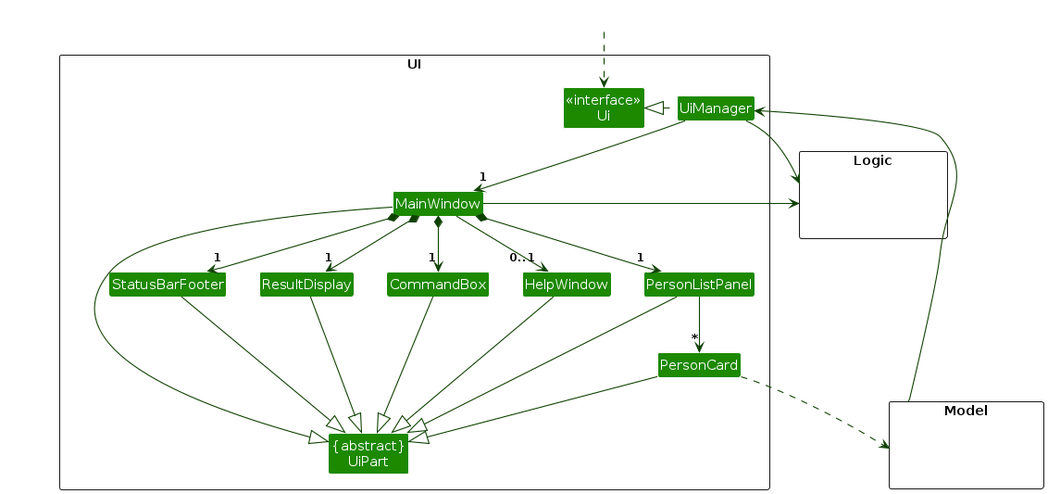
Earlier version of the PlantUML export diagrams/UiClassDiagram.png (AY2324S1-CS2103T-T11-3/tp). Its source is kept beside it as diagrams/UiClassDiagram.puml. Its diagram source:
```plantuml
@startuml
!include style.puml
skinparam arrowThickness 1.1
skinparam arrowColor UI_COLOR_T4
skinparam classBackgroundColor UI_COLOR

package UI <<Rectangle>>{
Class "<<interface>>\nUi" as Ui
Class "{abstract}\nUiPart" as UiPart
Class UiManager
Class MainWindow
Class HelpWindow
Class ResultDisplay
Class PersonListPanel
Class PersonCard
Class StatusBarFooter
Class CommandBox
}

package Model <<Rectangle>> {
Class HiddenModel #FFFFFF
}

package Logic <<Rectangle>> {
Class HiddenLogic #FFFFFF
}

Class HiddenOutside #FFFFFF
HiddenOutside ..> Ui

UiManager .left.|> Ui
UiManager -down-> "1" MainWindow
MainWindow *-down->  "1" CommandBox
MainWindow *-down-> "1" ResultDisplay
MainWindow *-down-> "1" PersonListPanel
MainWindow *-down-> "1" StatusBarFooter
MainWindow --> "0..1" HelpWindow

PersonListPanel -down-> "*" PersonCard

MainWindow -left-|> UiPart

ResultDisplay --|> UiPart
CommandBox --|> UiPart
PersonListPanel --|> UiPart
PersonCard --|> UiPart
StatusBarFooter --|> UiPart
HelpWindow --|> UiPart

PersonCard ..> Model
UiManager -right-> Logic
MainWindow -left-> Logic
Model -> UiManager

PersonListPanel -[hidden]left- HelpWindow
HelpWindow -[hidden]left- CommandBox
CommandBox -[hidden]left- ResultDisplay
ResultDisplay -[hidden]left- StatusBarFooter

MainWindow -[hidden]-|> UiPart
@enduml
```
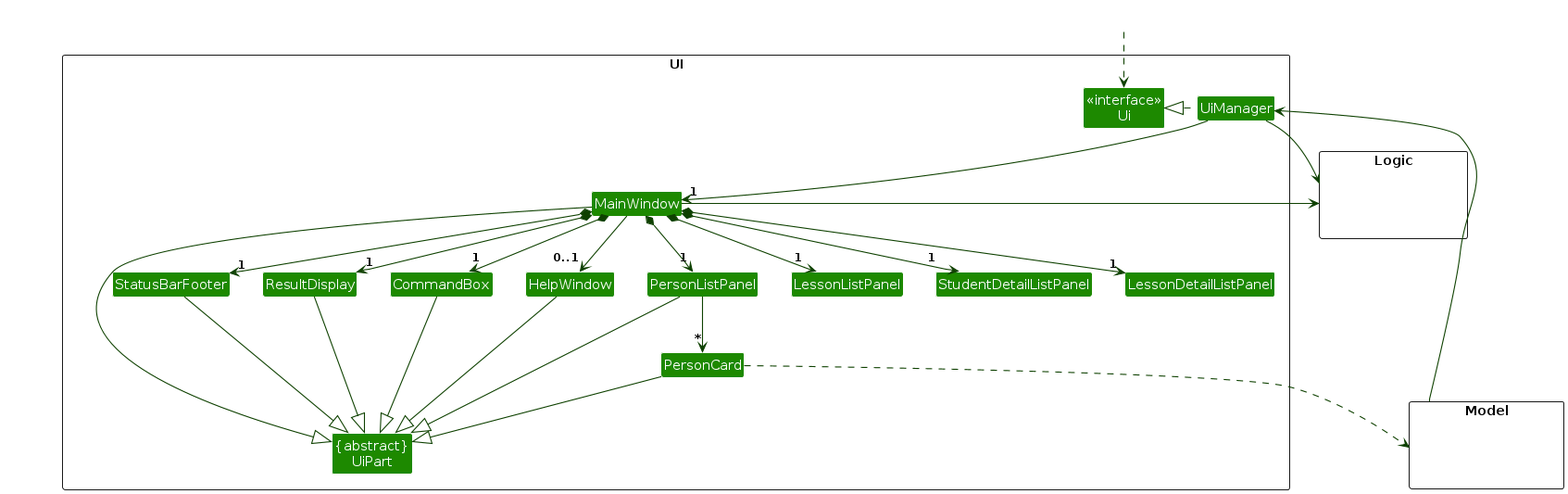
After the commit.

Change to the diagram source:
```diff
@@ -12,6 +12,9 @@
 Class HelpWindow
 Class ResultDisplay
 Class PersonListPanel
+Class LessonListPanel
+Class StudentDetailListPanel
+Class LessonDetailListPanel
 Class PersonCard
 Class StatusBarFooter
 Class CommandBox
@@ -33,6 +36,9 @@
 MainWindow *-down->  "1" CommandBox
 MainWindow *-down-> "1" ResultDisplay
 MainWindow *-down-> "1" PersonListPanel
+MainWindow *-down-> "1" LessonListPanel
+MainWindow *-down-> "1" StudentDetailListPanel
+MainWindow *-down-> "1" LessonDetailListPanel
 MainWindow *-down-> "1" StatusBarFooter
 MainWindow --> "0..1" HelpWindow
 
```
